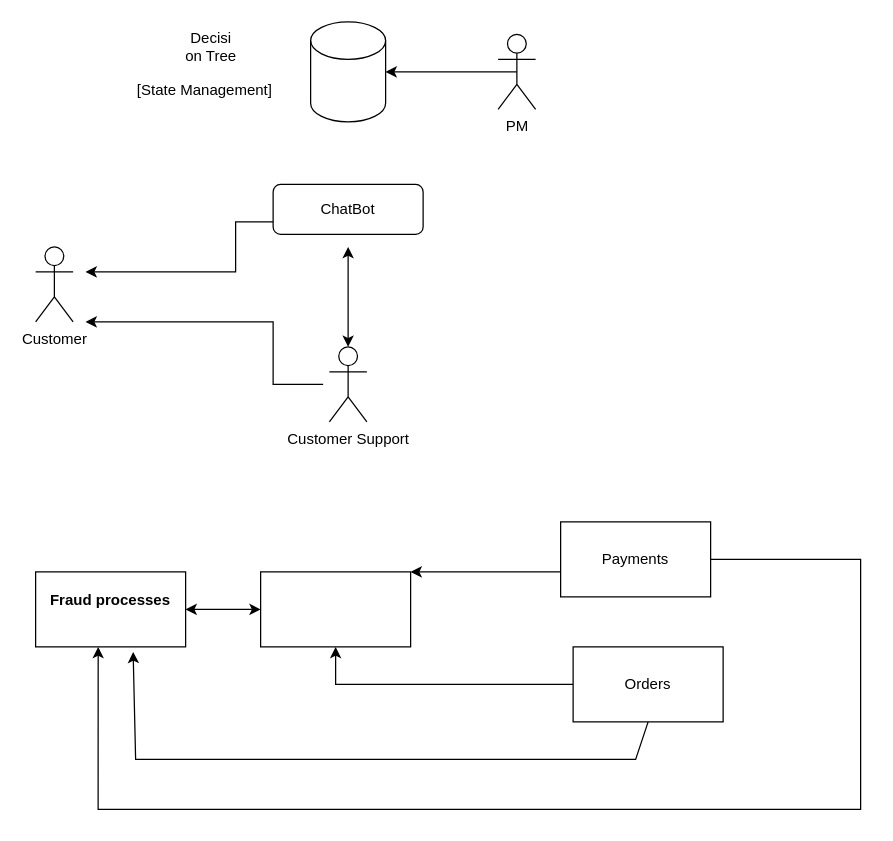
This is Untitled Diagram.drawio from ShantanuKumarSinha/chatBot, a draw.io file, before an edit. Source tidied: cells renumbered, new cells numbered last; positions are measured from the earlier drawing's top-left corner, leaving out a move shared by most shapes. Both pictures are drawn from the tidied source at 125%, with x=0, y=0 at pixel (35, 21).
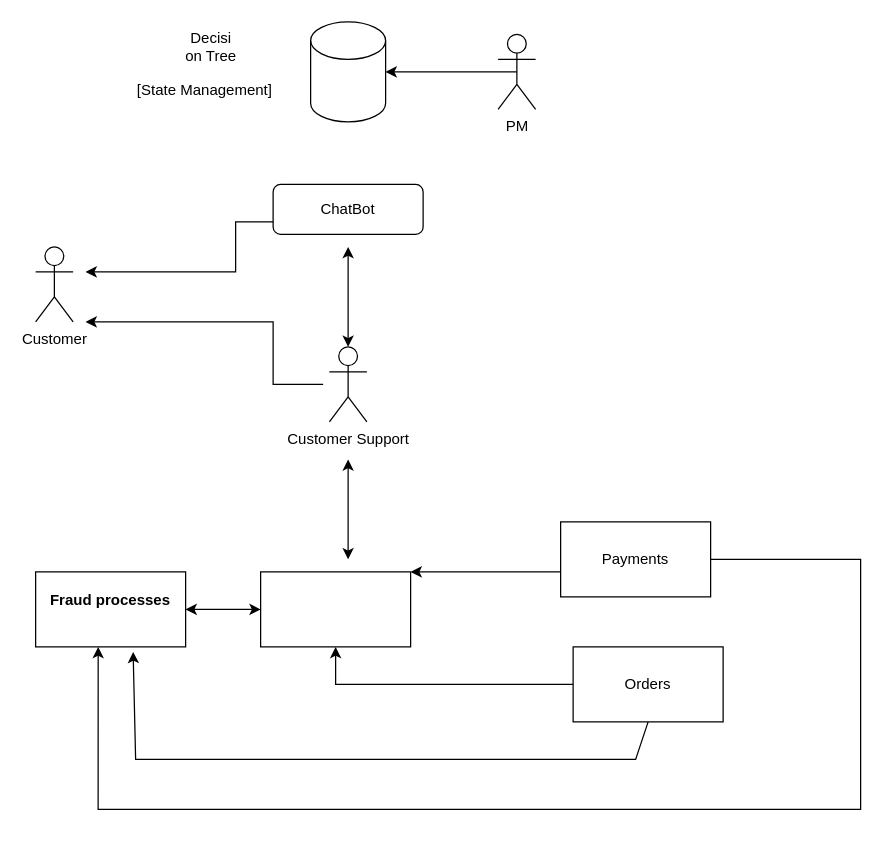
The same page after the edit.

Change to the diagram source:
```diff
@@
+    <mxCell id="22" style="endArrow=classic;startArrow=classic;html=1;rounded=0;" parent="1" edge="1">
+      <mxGeometry relative="1" as="geometry">
+        <mxPoint x="250" y="430" as="sourcePoint" />
+        <mxPoint x="250" y="350" as="targetPoint" />
+      </mxGeometry>
+    </mxCell>
```
